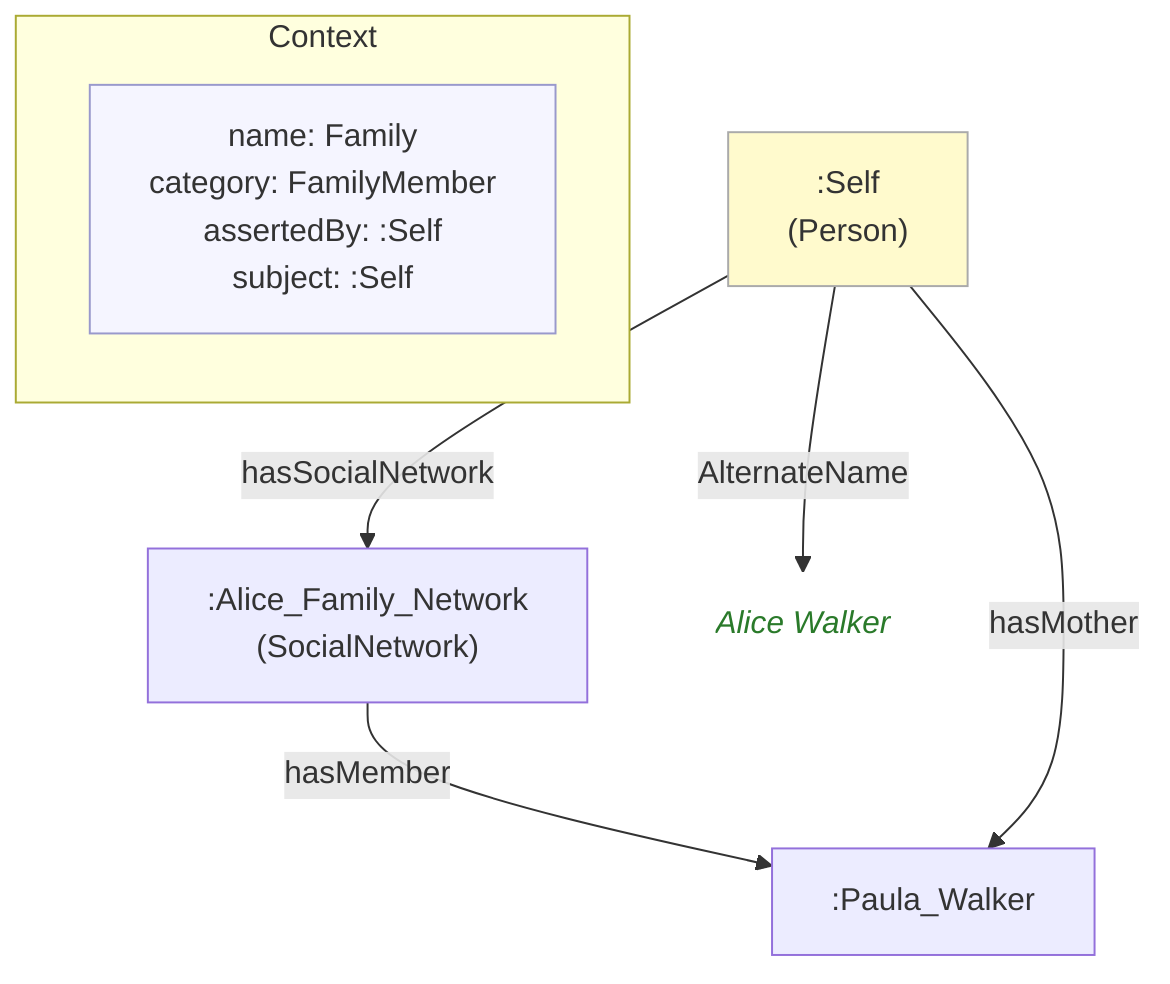
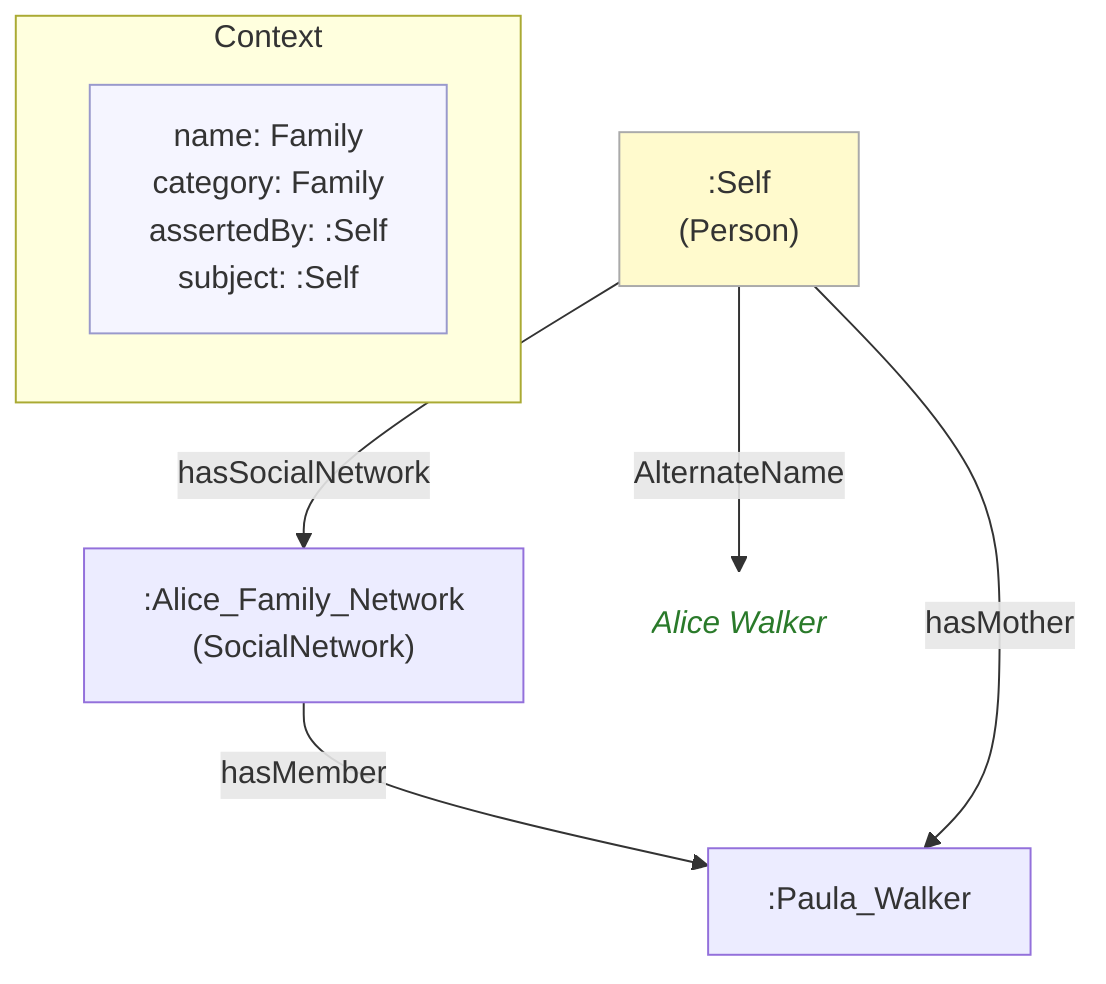
- %% ContextCategory: context:FamilyMember
+ %% ContextCategory: context:Family
flowchart TD
    classDef person fill:#fffacd,stroke:#aaa,color:#333
    classDef grp    fill:#d4edda,stroke:#aaa,color:#333
    classDef org    fill:#cce5ff,stroke:#aaa,color:#333
    classDef lit    fill:none,stroke:none,font-style:italic,color:#2a7a2a
    classDef meta   fill:#f5f5ff,stroke:#9999cc,color:#333

    subgraph ctx["Context"]
        direction LR
-         ctx_meta["name: Family\ncategory: FamilyMember\nassertedBy: :Self\nsubject: :Self"]:::meta
+         ctx_meta["name: Family\ncategory: Family\nassertedBy: :Self\nsubject: :Self"]:::meta
    end

    n29ddd4160a4b[":Alice_Family_Network\n(SocialNetwork)"]
    nb654756d5ced[":Paula_Walker"]
    ne0c3ba92f1db[":Self\n(Person)"]:::person
-     ne196380a6151("Alice Walker"):::lit
+     neb9a4746a64a("Alice Walker"):::lit

    n29ddd4160a4b -->|"hasMember"| nb654756d5ced
-     ne0c3ba92f1db -->|"AlternateName"| ne196380a6151
+     ne0c3ba92f1db -->|"AlternateName"| neb9a4746a64a
    ne0c3ba92f1db -->|"hasMother"| nb654756d5ced
    ne0c3ba92f1db -->|"hasSocialNetwork"| n29ddd4160a4b
